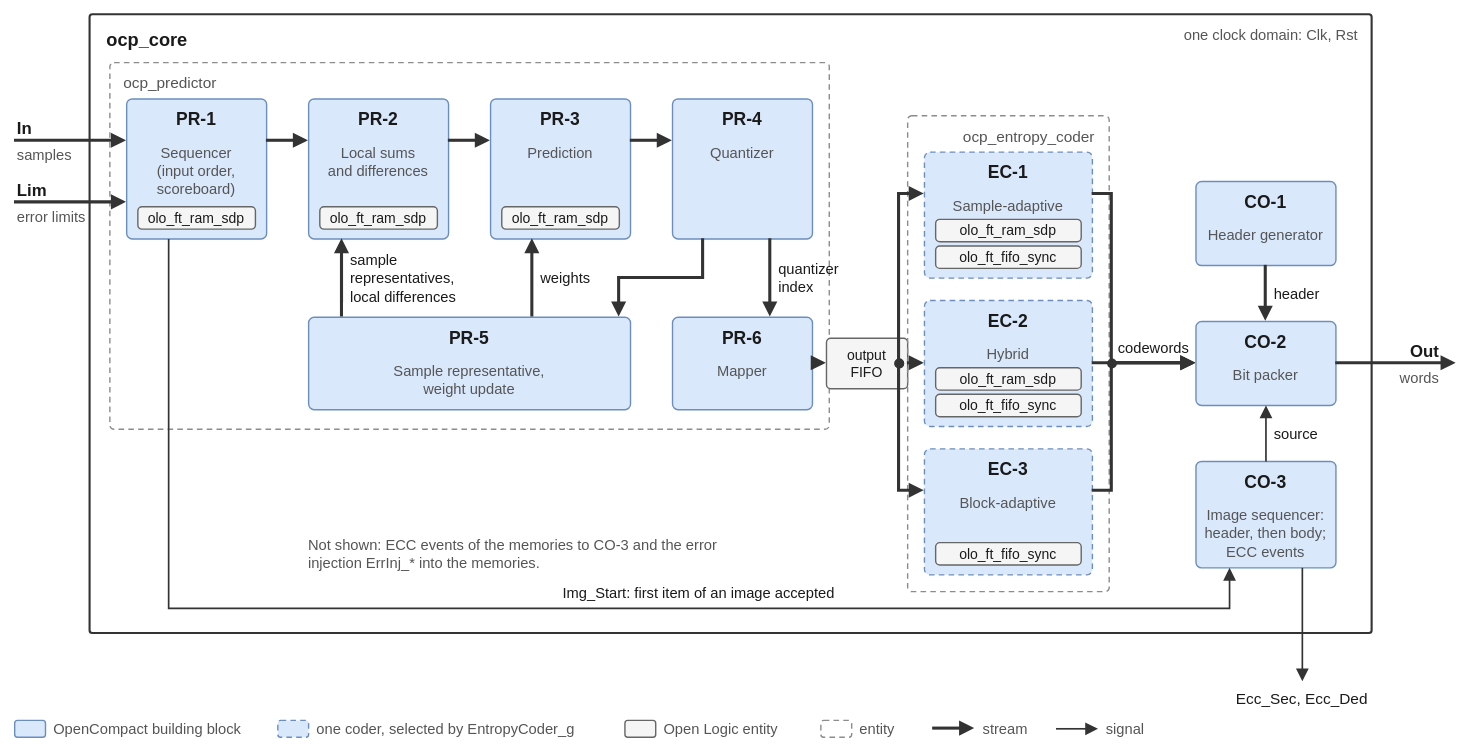
Above: docs/img/ocp_core_overview.drawio.svg in open-space-hdl/opencompact (draw.io), before the change. Source tidied: cells renumbered, new cells last; positions are measured from the earlier drawing's top-left corner, leaving out a move shared by most shapes.
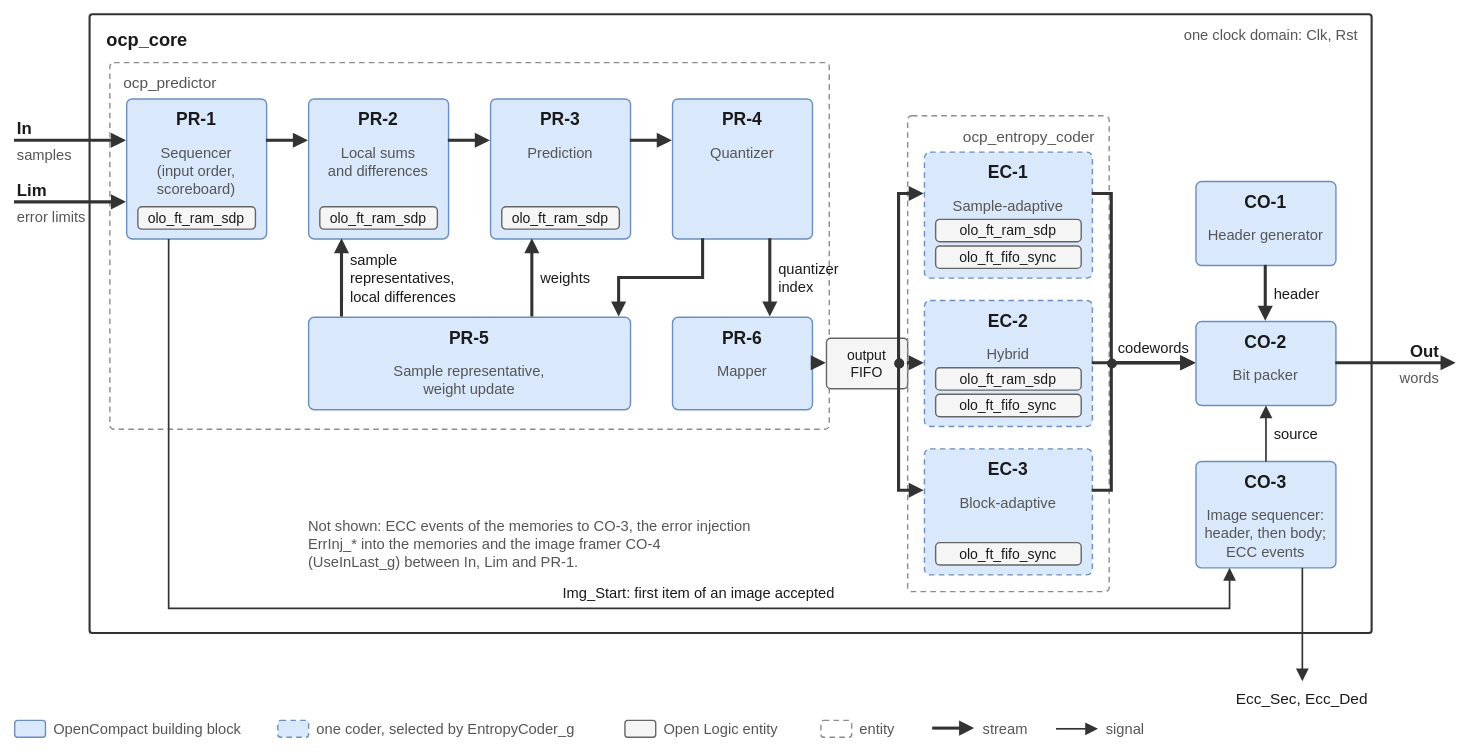
After the commit.

Diff of the diagram source:
```diff
@@ -304,8 +304,8 @@
     <mxCell id="89" value="Ecc_Sec, Ecc_Ded" style="text;html=0;fontFamily=Helvetica;fontSize=11;fontColor=#1a1a1a;align=center;verticalAlign=middle;fontStyle=0;spacing=0;whiteSpace=nowrap;" parent="1" vertex="1">
       <mxGeometry x="850" y="490" width="160" height="16" as="geometry" />
     </mxCell>
-    <mxCell id="90" value="Not shown: ECC events of the memories to CO-3 and the error&#10;injection ErrInj_* into the memories." style="text;html=0;fontFamily=Helvetica;fontSize=10.5;fontColor=#555555;align=left;verticalAlign=middle;fontStyle=0;spacing=0;whiteSpace=nowrap;" parent="1" vertex="1">
-      <mxGeometry x="220" y="380" width="360" height="30" as="geometry" />
+    <mxCell id="90" value="Not shown: ECC events of the memories to CO-3, the error injection&#10;ErrInj_* into the memories and the image framer CO-4&#10;(UseInLast_g) between In, Lim and PR-1." style="text;html=0;fontFamily=Helvetica;fontSize=10.5;fontColor=#555555;align=left;verticalAlign=middle;fontStyle=0;spacing=0;whiteSpace=nowrap;" parent="1" vertex="1">
+      <mxGeometry x="220" y="366" width="360" height="44" as="geometry" />
     </mxCell>
     <mxCell id="91" style="rounded=1;arcSize=4;absoluteArcSize=1;html=0;fillColor=#dae8fc;strokeColor=#6c8ebf;" parent="1" vertex="1">
       <mxGeometry x="10" y="514" width="22" height="12" as="geometry" />
```
